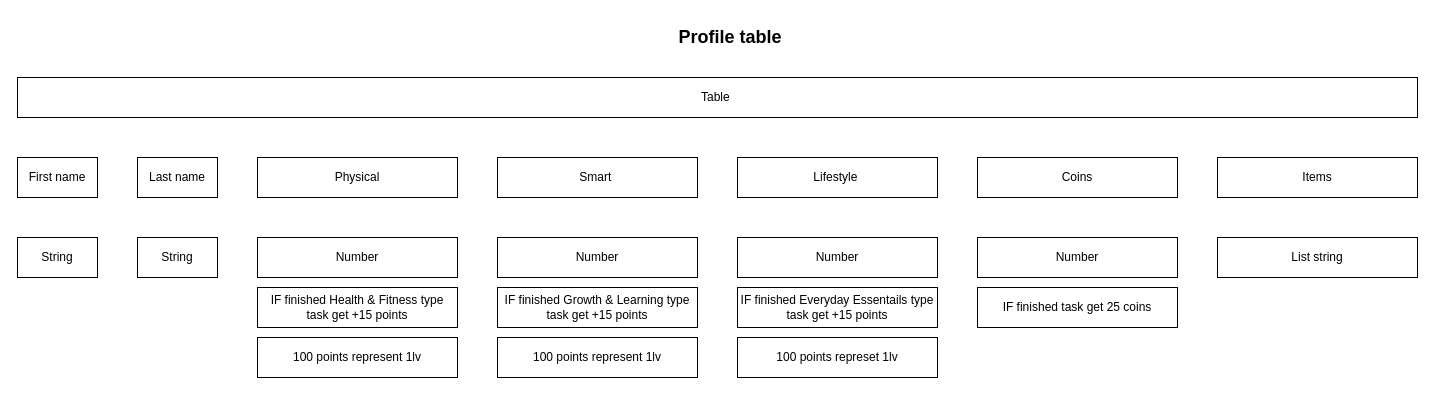
Mikolonija/motivation_app keeps this draw.io diagram as page "profile_table" (2 of 10) of architecture.dio. Above is the earlier version. Source tidied: cells renumbered, new cells numbered last; positions are measured from the earlier drawing's top-left corner, leaving out a move shared by most shapes. Both pictures are drawn from the tidied source at 100%, with x=0, y=0 at pixel (17, 17).
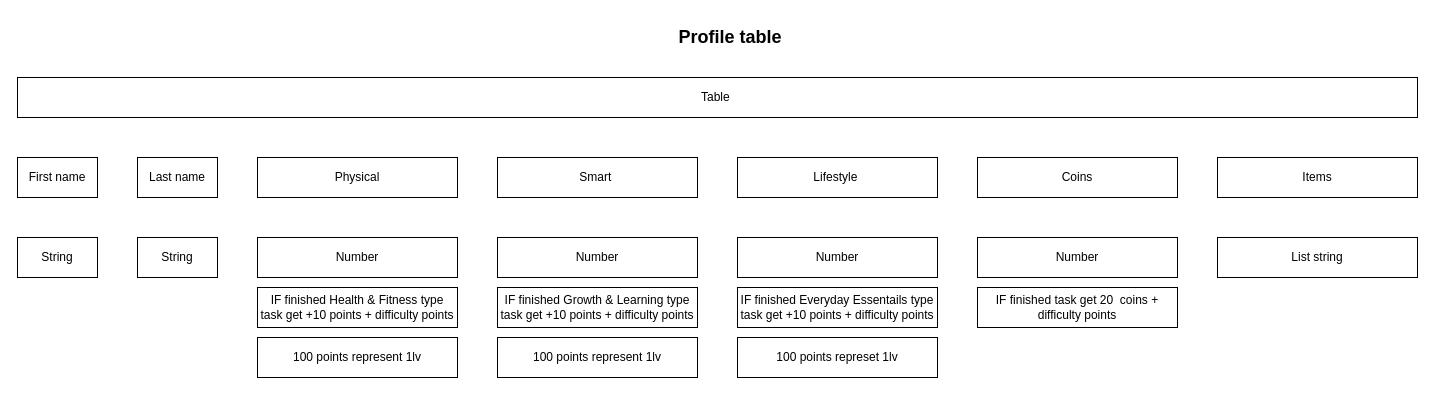
The same page after the edit.

The edit, as a diff of the source:
```diff
@@
-    <mxCell id="16" value="IF finished task get 25 coins" style="whiteSpace=wrap;html=1;" parent="1" vertex="1">
+    <mxCell id="16" value="IF finished task get 20&amp;nbsp; coins + difficulty points" style="whiteSpace=wrap;html=1;" parent="1" vertex="1">
       <mxGeometry x="960" y="270" width="200" height="40" as="geometry" />
     </mxCell>
-    <mxCell id="17" value="IF finished Health &amp;amp; Fitness&amp;nbsp;type task get +15 points" style="whiteSpace=wrap;html=1;" parent="1" vertex="1">
+    <mxCell id="17" value="IF finished Health &amp;amp; Fitness&amp;nbsp;type task get +10 points + difficulty points" style="whiteSpace=wrap;html=1;" parent="1" vertex="1">
       <mxGeometry x="240" y="270" width="200" height="40" as="geometry" />
     </mxCell>
@@
-    <mxCell id="19" value="IF finished Growth &amp;amp; Learning&amp;nbsp;type task get +15 points" style="whiteSpace=wrap;html=1;" parent="1" vertex="1">
+    <mxCell id="19" value="IF finished Growth &amp;amp; Learning&amp;nbsp;type task get +10 points + difficulty points" style="whiteSpace=wrap;html=1;" parent="1" vertex="1">
       <mxGeometry x="480" y="270" width="200" height="40" as="geometry" />
     </mxCell>
@@
-    <mxCell id="21" value="IF finished Everyday Essentails&amp;nbsp;type task get +15 points" style="whiteSpace=wrap;html=1;" parent="1" vertex="1">
+    <mxCell id="21" value="IF finished Everyday Essentails&amp;nbsp;type task get +10 points + difficulty points" style="whiteSpace=wrap;html=1;" parent="1" vertex="1">
       <mxGeometry x="720" y="270" width="200" height="40" as="geometry" />
     </mxCell>
```
